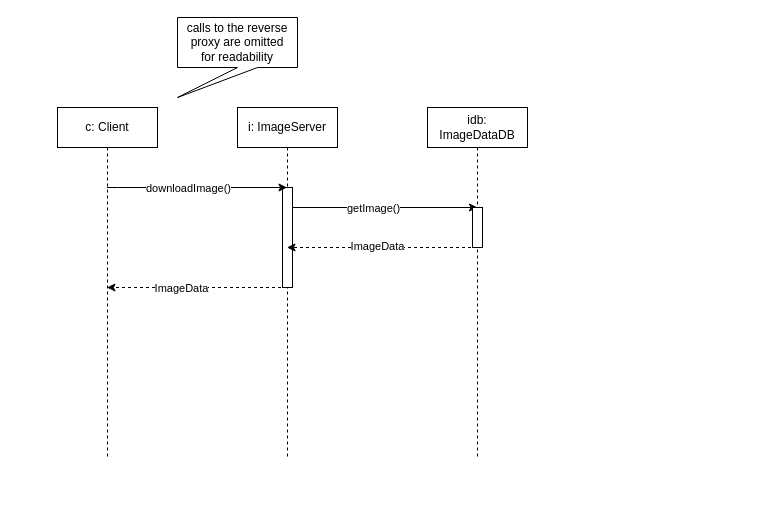
Before: page "download pic sequence" (8 of 9) of docs/uml.drawio in jazzysnake/image-swap, a draw.io diagram. Source tidied: cells renumbered, new cells numbered last; positions are measured from the earlier drawing's top-left corner, leaving out a move shared by most shapes. Both pictures are drawn from the tidied source at 100%, with x=0, y=0 at pixel (57, 17).
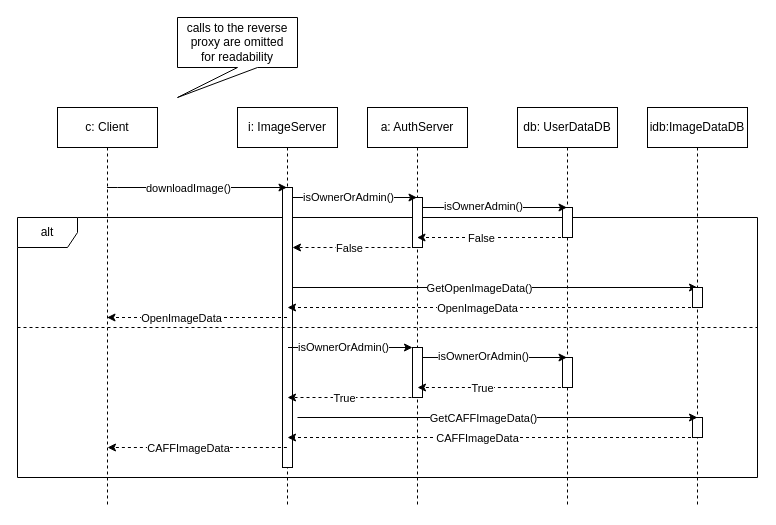
After the change.

Change to the diagram source:
```diff
@@
+    <mxCell id="16" value="alt" style="shape=umlFrame;whiteSpace=wrap;html=1;" parent="1" vertex="1">
+      <mxGeometry x="-40" y="200" width="740" height="260" as="geometry" />
+    </mxCell>
@@
     <mxCell id="3" value="c: Client" style="shape=umlLifeline;perimeter=lifelinePerimeter;whiteSpace=wrap;html=1;outlineConnect=0;fontColor=#000000;" parent="1" vertex="1">
-      <mxGeometry y="90" width="100" height="350" as="geometry" />
+      <mxGeometry y="90" width="100" height="400" as="geometry" />
     </mxCell>
-    <mxCell id="4" value="idb: ImageDataDB" style="shape=umlLifeline;perimeter=lifelinePerimeter;whiteSpace=wrap;html=1;outlineConnect=0;fontColor=#000000;" parent="1" vertex="1">
-      <mxGeometry x="370" y="90" width="100" height="350" as="geometry" />
+    <mxCell id="4" value="db: UserDataDB" style="shape=umlLifeline;perimeter=lifelinePerimeter;whiteSpace=wrap;html=1;outlineConnect=0;fontColor=#000000;" parent="1" vertex="1">
+      <mxGeometry x="460" y="90" width="100" height="400" as="geometry" />
     </mxCell>
-    <mxCell id="5" style="endArrow=classic;html=1;rounded=0;strokeColor=#000000;fontColor=#000000;" parent="4" edge="1" source="8">
-      <mxGeometry relative="1" as="geometry">
-        <mxPoint x="50" y="100" as="targetPoint" />
-        <Array as="points">
-          <mxPoint x="-119.5" y="100" />
-        </Array>
-      </mxGeometry>
-    </mxCell>
-    <mxCell id="6" value="getImage()" style="edgeLabel;html=1;align=center;verticalAlign=middle;fontColor=#000000;" parent="5" vertex="1">
-      <mxGeometry x="-0.11" relative="1" as="geometry">
-        <mxPoint x="1" as="offset" />
-      </mxGeometry>
-    </mxCell>
     <mxCell id="7" style="html=1;perimeter=orthogonalPerimeter;fontColor=#000000;" parent="4" vertex="1">
-      <mxGeometry x="45" y="100" width="10" height="40" as="geometry" />
+      <mxGeometry x="45" y="100" width="10" height="30" as="geometry" />
     </mxCell>
+    <mxCell id="17" style="html=1;perimeter=orthogonalPerimeter;fontColor=#000000;" parent="4" vertex="1">
+      <mxGeometry x="45" y="250" width="10" height="30" as="geometry" />
+    </mxCell>
     <mxCell id="8" value="i: ImageServer" style="shape=umlLifeline;perimeter=lifelinePerimeter;whiteSpace=wrap;html=1;outlineConnect=0;fontColor=#000000;" parent="1" vertex="1">
-      <mxGeometry x="180" y="90" width="100" height="350" as="geometry" />
+      <mxGeometry x="180" y="90" width="100" height="400" as="geometry" />
     </mxCell>
     <mxCell id="9" style="html=1;points=[];perimeter=orthogonalPerimeter;fontColor=#000000;" parent="8" vertex="1">
-      <mxGeometry x="45" y="80" width="10" height="100" as="geometry" />
+      <mxGeometry x="45" y="80" width="10" height="280" as="geometry" />
     </mxCell>
@@
-    <mxCell id="12" style="endArrow=classic;html=1;rounded=0;strokeColor=#000000;fontColor=#000000;dashed=1;" parent="1" edge="1" source="4" target="8">
-      <mxGeometry relative="1" as="geometry">
-        <Array as="points">
-          <mxPoint x="350" y="230" />
-        </Array>
-      </mxGeometry>
-    </mxCell>
-    <mxCell id="13" value="ImageData" style="edgeLabel;html=1;align=center;verticalAlign=middle;fontColor=#000000;" parent="12" vertex="1">
-      <mxGeometry x="0.08" y="-2" relative="1" as="geometry">
-        <mxPoint x="3" as="offset" />
-      </mxGeometry>
-    </mxCell>
     <mxCell id="14" style="endArrow=classic;html=1;rounded=0;dashed=1;strokeColor=#000000;fontColor=#000000;" parent="1" edge="1" source="8" target="3">
       <mxGeometry relative="1" as="geometry">
         <Array as="points">
-          <mxPoint x="160" y="270" />
+          <mxPoint x="200" y="300" />
         </Array>
       </mxGeometry>
     </mxCell>
-    <mxCell id="15" value="ImageData" style="edgeLabel;html=1;align=center;verticalAlign=middle;fontColor=#000000;" parent="14" vertex="1">
+    <mxCell id="15" value="OpenImageData" style="edgeLabel;html=1;align=center;verticalAlign=middle;fontColor=#000000;" parent="14" vertex="1">
       <mxGeometry x="0.18" relative="1" as="geometry" />
     </mxCell>
+    <mxCell id="18" value="a: AuthServer" style="shape=umlLifeline;perimeter=lifelinePerimeter;whiteSpace=wrap;html=1;outlineConnect=0;fontColor=#000000;" parent="1" vertex="1">
+      <mxGeometry x="310" y="90" width="100" height="400" as="geometry" />
+    </mxCell>
+    <mxCell id="19" style="html=1;points=[];perimeter=orthogonalPerimeter;fontColor=#000000;" parent="18" vertex="1">
+      <mxGeometry x="45" y="90" width="10" height="50" as="geometry" />
+    </mxCell>
+    <mxCell id="20" style="endArrow=classic;html=1;rounded=0;dashed=1;" parent="18" edge="1" target="9">
+      <mxGeometry relative="1" as="geometry">
+        <mxPoint x="55" y="140" as="sourcePoint" />
+        <Array as="points">
+          <mxPoint x="5.5" y="140" />
+        </Array>
+      </mxGeometry>
+    </mxCell>
+    <mxCell id="21" value="False" style="edgeLabel;html=1;align=center;verticalAlign=middle;" parent="20" vertex="1">
+      <mxGeometry x="0.14" relative="1" as="geometry" />
+    </mxCell>
+    <mxCell id="22" style="html=1;points=[];perimeter=orthogonalPerimeter;fontColor=#000000;" parent="18" vertex="1">
+      <mxGeometry x="45" y="240" width="10" height="50" as="geometry" />
+    </mxCell>
+    <mxCell id="23" value="idb:ImageDataDB" style="shape=umlLifeline;perimeter=lifelinePerimeter;whiteSpace=wrap;html=1;outlineConnect=0;fontColor=#000000;" parent="1" vertex="1">
+      <mxGeometry x="590" y="90" width="100" height="400" as="geometry" />
+    </mxCell>
+    <mxCell id="24" style="endArrow=classic;html=1;rounded=0;" parent="23" edge="1" source="9">
+      <mxGeometry relative="1" as="geometry">
+        <mxPoint x="50" y="180" as="targetPoint" />
+      </mxGeometry>
+    </mxCell>
+    <mxCell id="25" value="GetOpenImageData()" style="edgeLabel;html=1;align=center;verticalAlign=middle;" parent="24" vertex="1">
+      <mxGeometry x="-0.76" relative="1" as="geometry">
+        <mxPoint x="137" as="offset" />
+      </mxGeometry>
+    </mxCell>
+    <mxCell id="26" style="html=1;perimeter=orthogonalPerimeter;fontColor=#000000;" parent="23" vertex="1">
+      <mxGeometry x="45" y="180" width="10" height="20" as="geometry" />
+    </mxCell>
+    <mxCell id="27" style="html=1;perimeter=orthogonalPerimeter;fontColor=#000000;" parent="23" vertex="1">
+      <mxGeometry x="45" y="310" width="10" height="20" as="geometry" />
+    </mxCell>
+    <mxCell id="28" style="endArrow=classic;html=1;rounded=0;" parent="1" edge="1" source="9" target="18">
+      <mxGeometry relative="1" as="geometry">
+        <Array as="points">
+          <mxPoint x="280" y="180" />
+        </Array>
+      </mxGeometry>
+    </mxCell>
+    <mxCell id="29" value="isOwnerOrAdmin()" style="edgeLabel;html=1;align=center;verticalAlign=middle;" parent="28" vertex="1">
+      <mxGeometry x="-0.11" y="1" relative="1" as="geometry" />
+    </mxCell>
+    <mxCell id="30" style="endArrow=classic;html=1;rounded=0;" parent="1" edge="1" source="19" target="4">
+      <mxGeometry relative="1" as="geometry">
+        <Array as="points">
+          <mxPoint x="460" y="190" />
+        </Array>
+      </mxGeometry>
+    </mxCell>
+    <mxCell id="31" value="isOwnerAdmin()" style="edgeLabel;html=1;align=center;verticalAlign=middle;" parent="30" vertex="1">
+      <mxGeometry x="-0.17" y="2" relative="1" as="geometry" />
+    </mxCell>
+    <mxCell id="32" style="endArrow=classic;html=1;rounded=0;dashed=1;" parent="1" edge="1" source="4" target="18">
+      <mxGeometry relative="1" as="geometry">
+        <Array as="points">
+          <mxPoint x="460" y="220" />
+        </Array>
+      </mxGeometry>
+    </mxCell>
+    <mxCell id="33" value="False" style="edgeLabel;html=1;align=center;verticalAlign=middle;" parent="32" vertex="1">
+      <mxGeometry x="0.14" relative="1" as="geometry" />
+    </mxCell>
+    <mxCell id="34" style="endArrow=classic;html=1;rounded=0;dashed=1;" parent="1" edge="1" source="23">
+      <mxGeometry relative="1" as="geometry">
+        <mxPoint x="230" y="290" as="targetPoint" />
+        <Array as="points">
+          <mxPoint x="340" y="290" />
+        </Array>
+      </mxGeometry>
+    </mxCell>
+    <mxCell id="35" value="OpenImageData" style="edgeLabel;html=1;align=center;verticalAlign=middle;" parent="34" vertex="1">
+      <mxGeometry x="-0.76" relative="1" as="geometry">
+        <mxPoint x="-171" as="offset" />
+      </mxGeometry>
+    </mxCell>
+    <mxCell id="36" style="endArrow=none;dashed=1;html=1;rounded=0;" parent="1" edge="1">
+      <mxGeometry relative="1" as="geometry">
+        <mxPoint x="-40" y="310" as="sourcePoint" />
+        <mxPoint x="700" y="310" as="targetPoint" />
+      </mxGeometry>
+    </mxCell>
+    <mxCell id="37" style="endArrow=classic;html=1;rounded=0;" parent="1" edge="1">
+      <mxGeometry relative="1" as="geometry">
+        <mxPoint x="230.5" y="330" as="sourcePoint" />
+        <mxPoint x="355" y="330" as="targetPoint" />
+        <Array as="points">
+          <mxPoint x="275.5" y="330" />
+        </Array>
+      </mxGeometry>
+    </mxCell>
+    <mxCell id="38" value="isOwnerOrAdmin()" style="edgeLabel;html=1;align=center;verticalAlign=middle;" parent="37" vertex="1">
+      <mxGeometry x="-0.11" y="1" relative="1" as="geometry" />
+    </mxCell>
+    <mxCell id="39" style="endArrow=classic;html=1;rounded=0;" parent="1" edge="1" source="22" target="4">
+      <mxGeometry relative="1" as="geometry">
+        <Array as="points">
+          <mxPoint x="470" y="340" />
+        </Array>
+      </mxGeometry>
+    </mxCell>
+    <mxCell id="40" value="isOwnerOrAdmin()" style="edgeLabel;html=1;align=center;verticalAlign=middle;" parent="39" vertex="1">
+      <mxGeometry x="-0.17" y="2" relative="1" as="geometry" />
+    </mxCell>
+    <mxCell id="41" style="endArrow=classic;html=1;rounded=0;dashed=1;" parent="1" edge="1">
+      <mxGeometry relative="1" as="geometry">
+        <mxPoint x="509.4" y="370" as="sourcePoint" />
+        <mxPoint x="360" y="370" as="targetPoint" />
+        <Array as="points">
+          <mxPoint x="459.9" y="370" />
+        </Array>
+      </mxGeometry>
+    </mxCell>
+    <mxCell id="42" value="True" style="edgeLabel;html=1;align=center;verticalAlign=middle;" parent="41" vertex="1">
+      <mxGeometry x="0.14" relative="1" as="geometry" />
+    </mxCell>
+    <mxCell id="43" style="endArrow=classic;html=1;rounded=0;dashed=1;" parent="1" edge="1">
+      <mxGeometry relative="1" as="geometry">
+        <mxPoint x="360" y="380" as="sourcePoint" />
+        <mxPoint x="230" y="380" as="targetPoint" />
+        <Array as="points">
+          <mxPoint x="310.5" y="380" />
+        </Array>
+      </mxGeometry>
+    </mxCell>
+    <mxCell id="44" value="True" style="edgeLabel;html=1;align=center;verticalAlign=middle;" parent="43" vertex="1">
+      <mxGeometry x="0.14" relative="1" as="geometry" />
+    </mxCell>
+    <mxCell id="45" style="endArrow=classic;html=1;rounded=0;" parent="1" edge="1">
+      <mxGeometry relative="1" as="geometry">
+        <mxPoint x="240" y="400" as="sourcePoint" />
+        <mxPoint x="640" y="400" as="targetPoint" />
+      </mxGeometry>
+    </mxCell>
+    <mxCell id="46" value="GetCAFFImageData()" style="edgeLabel;html=1;align=center;verticalAlign=middle;" parent="45" vertex="1">
+      <mxGeometry x="-0.76" relative="1" as="geometry">
+        <mxPoint x="137" as="offset" />
+      </mxGeometry>
+    </mxCell>
+    <mxCell id="47" style="endArrow=classic;html=1;rounded=0;dashed=1;" parent="1" edge="1">
+      <mxGeometry relative="1" as="geometry">
+        <mxPoint x="639.5" y="420" as="sourcePoint" />
+        <mxPoint x="230" y="420" as="targetPoint" />
+        <Array as="points">
+          <mxPoint x="340" y="420" />
+        </Array>
+      </mxGeometry>
+    </mxCell>
+    <mxCell id="48" value="CAFFImageData" style="edgeLabel;html=1;align=center;verticalAlign=middle;" parent="47" vertex="1">
+      <mxGeometry x="-0.76" relative="1" as="geometry">
+        <mxPoint x="-171" as="offset" />
+      </mxGeometry>
+    </mxCell>
+    <mxCell id="49" style="endArrow=classic;html=1;rounded=0;dashed=1;strokeColor=#000000;fontColor=#000000;" parent="1" edge="1">
+      <mxGeometry relative="1" as="geometry">
+        <mxPoint x="229.4" y="430" as="sourcePoint" />
+        <mxPoint x="50" y="430" as="targetPoint" />
+        <Array as="points">
+          <mxPoint x="199.9" y="430" />
+        </Array>
+      </mxGeometry>
+    </mxCell>
+    <mxCell id="50" value="CAFFImageData" style="edgeLabel;html=1;align=center;verticalAlign=middle;fontColor=#000000;" parent="49" vertex="1">
+      <mxGeometry x="0.18" relative="1" as="geometry">
+        <mxPoint x="7" as="offset" />
+      </mxGeometry>
+    </mxCell>
```
